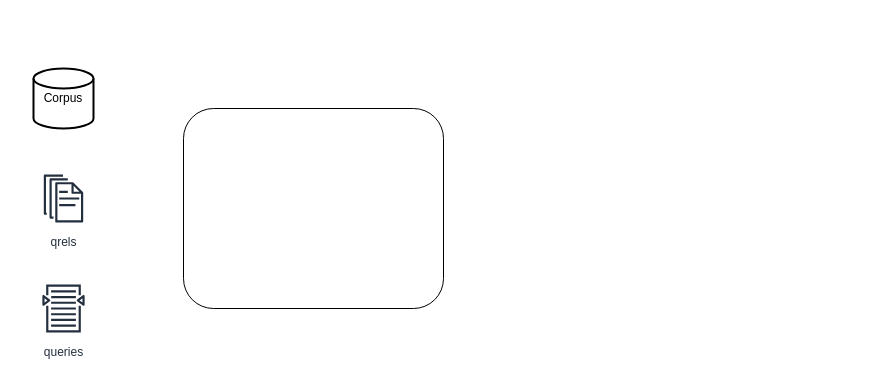
Above: drawio/ir/IR_architecture.drawio in scrodrig/Diagrams (draw.io), before the change. Source tidied: cells renumbered, new cells numbered last; positions are measured from the earlier drawing's top-left corner, leaving out a move shared by most shapes. Both pictures are drawn from the tidied source at 100%, with x=0, y=0 at pixel (33, 68).
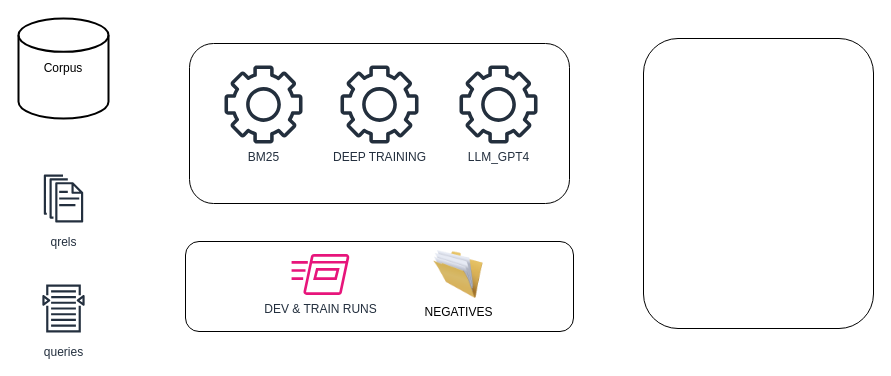
Above is the later version.

What changed in the source:
```diff
@@
 <mxGraphModel>
   <root>
     <mxCell id="0" />
     <mxCell id="1" parent="0" />
     <mxCell id="2" value="Corpus" style="strokeWidth=2;html=1;shape=mxgraph.flowchart.database;whiteSpace=wrap;" parent="1" vertex="1">
-      <mxGeometry width="60" height="60" as="geometry" />
+      <mxGeometry x="-15" y="-50" width="90" height="100" as="geometry" />
     </mxCell>
     <mxCell id="3" value="queries" style="sketch=0;fontColor=#232F3E;gradientColor=none;strokeColor=#232F3E;fillColor=#ffffff;dashed=0;verticalLabelPosition=bottom;verticalAlign=top;align=center;html=1;fontSize=12;fontStyle=0;shape=mxgraph.aws4.resourceIcon;resIcon=mxgraph.aws4.search_documents;" parent="1" vertex="1">
       <mxGeometry y="210" width="60" height="60" as="geometry" />
     </mxCell>
     <mxCell id="4" value="qrels" style="sketch=0;fontColor=#232F3E;gradientColor=none;strokeColor=#232F3E;fillColor=#ffffff;dashed=0;verticalLabelPosition=bottom;verticalAlign=top;align=center;html=1;fontSize=12;fontStyle=0;shape=mxgraph.aws4.resourceIcon;resIcon=mxgraph.aws4.documents;" parent="1" vertex="1">
       <mxGeometry y="100" width="60" height="60" as="geometry" />
     </mxCell>
     <mxCell id="5" style="rounded=1;whiteSpace=wrap;html=1;" parent="1" vertex="1">
-      <mxGeometry x="150" y="40" width="260" height="200" as="geometry" />
+      <mxGeometry x="156" y="-25" width="380" height="160" as="geometry" />
     </mxCell>
+    <mxCell id="6" value="BM25" style="sketch=0;fontColor=#232F3E;gradientColor=none;fillColor=#232F3D;strokeColor=none;dashed=0;verticalLabelPosition=bottom;verticalAlign=top;align=center;html=1;fontSize=12;fontStyle=0;shape=mxgraph.aws4.gear;" parent="1" vertex="1">
+      <mxGeometry x="191" y="-3" width="78" height="78" as="geometry" />
+    </mxCell>
+    <mxCell id="7" value="DEEP TRAINING" style="sketch=0;fontColor=#232F3E;gradientColor=none;fillColor=#232F3D;strokeColor=none;dashed=0;verticalLabelPosition=bottom;verticalAlign=top;align=center;html=1;fontSize=12;fontStyle=0;shape=mxgraph.aws4.gear;" parent="1" vertex="1">
+      <mxGeometry x="307" y="-3" width="78" height="78" as="geometry" />
+    </mxCell>
+    <mxCell id="8" value="LLM_GPT4" style="sketch=0;fontColor=#232F3E;gradientColor=none;fillColor=#232F3D;strokeColor=none;dashed=0;verticalLabelPosition=bottom;verticalAlign=top;align=center;html=1;fontSize=12;fontStyle=0;shape=mxgraph.aws4.gear;" parent="1" vertex="1">
+      <mxGeometry x="426" y="-3" width="78" height="78" as="geometry" />
+    </mxCell>
+    <mxCell id="9" style="rounded=1;whiteSpace=wrap;html=1;" parent="1" vertex="1">
+      <mxGeometry x="152" y="173" width="388" height="90" as="geometry" />
+    </mxCell>
+    <mxCell id="10" value="DEV &amp;amp; TRAIN RUNS" style="sketch=0;fontColor=#232F3E;gradientColor=none;fillColor=#E7157B;strokeColor=none;dashed=0;verticalLabelPosition=bottom;verticalAlign=top;align=center;html=1;fontSize=12;fontStyle=0;shape=mxgraph.aws4.run_command;" parent="1" vertex="1">
+      <mxGeometry x="258" y="185.6" width="58" height="40.9" as="geometry" />
+    </mxCell>
+    <mxCell id="11" value="NEGATIVES" style="image;html=1;image=img/lib/clip_art/general/Full_Folder_128x128.png;" parent="1" vertex="1">
+      <mxGeometry x="400" y="182" width="50" height="48" as="geometry" />
+    </mxCell>
+    <mxCell id="12" style="rounded=1;whiteSpace=wrap;html=1;" parent="1" vertex="1">
+      <mxGeometry x="610" y="-30" width="230" height="290" as="geometry" />
+    </mxCell>
   </root>
 </mxGraphModel>
```
